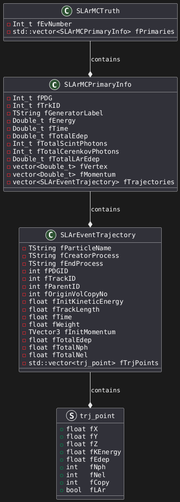
This is docs/figures/umls/SLAr-MCTruth.png from dguff/ENUDET-sim, a PlantUML export, as it was before one commit.
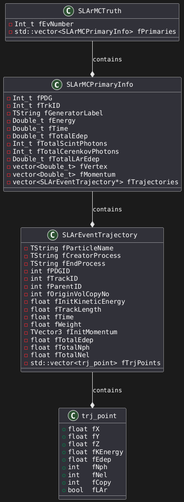
The same diagram one commit later.

Commit message:
Update UML diagram with SLArEventTrajectory raw pointer

Change to the diagram source:
```diff
@@ -12,7 +12,7 @@
     -Double_t fTotalLArEdep
     -vector<Double_t> fVertex
     -vector<Double_t> fMomentum
-    -vector<SLArEventTrajectory> fTrajectories
+    -vector<SLArEventTrajectory*> fTrajectories
   }
   class SLArMCTruth {
     -Int_t fEvNumber
@@ -38,7 +38,7 @@
     -std::vector<trj_point> fTrjPoints
   }
 
-  struct trj_point {
+  class trj_point {
     +float fX
     +float fY
     +float fZ
```
